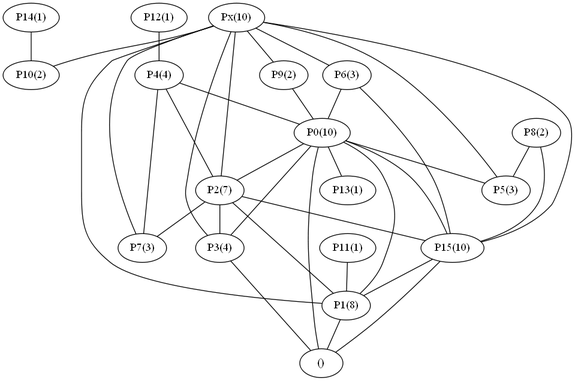
Earlier version of the Graphviz export out.png (afkpost/P2PN_2014). Its source is kept beside it as out.dot.
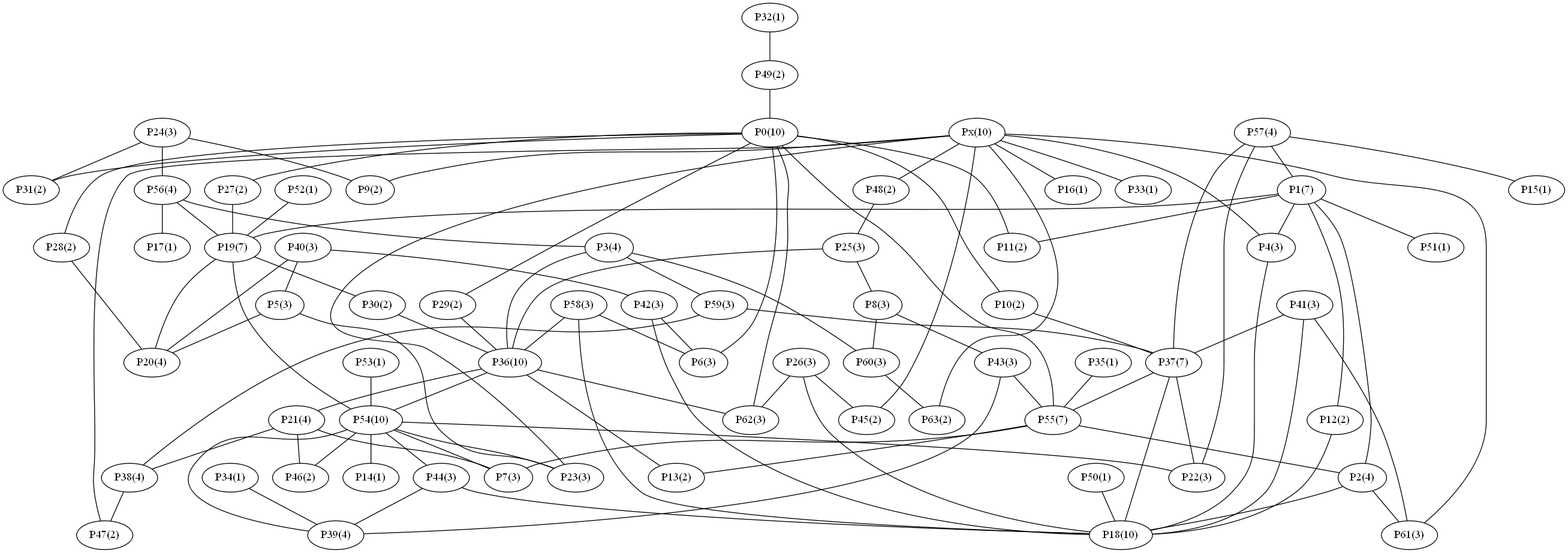
The same file after the commit.

Diff of the diagram source:
```diff
@@ -1,55 +1,310 @@
 graph network {
 	"Px(10)";
+	"P68(1)";
+	"P85(2)";
+	"P35(1)";
+	"P86(1)";
+	"P51(1)";
+	"P11(2)";
+	"P29(2)";
+	"P30(2)";
+	"P83(2)";
+	"P67(2)";
+	"P17(1)";
+	"P103(2)";
+	"P34(1)";
+	"P88(1)";
+	"P20(4)";
+	"P105(1)";
+	"P19(7)";
+	"P89(1)";
+	"P111(4)";
+	"P0(10)";
+	"P69(1)";
+	"P102(2)";
+	"P52(1)";
+	"P87(1)";
+	"P53(1)";
+	"P5(3)";
+	"P31(2)";
+	"P98(3)";
+	"P76(3)";
+	"P110(4)";
+	"P106(1)";
+	"P38(4)";
+	"P21(4)";
+	"P75(4)";
+	"P115(3)";
+	"P59(3)";
+	"P109(7)";
+	"P107(1)";
+	"P22(3)";
+	"P54(10)";
+	"P61(3)";
+	"P113(3)";
+	"P95(3)";
+	"P116(3)";
+	"P97(3)";
+	"P78(3)";
+	"P82(2)";
+	"P74(4)";
+	"P12(2)";
+	"P36(10)";
+	"P23(3)";
+	"P27(2)";
+	"P46(2)";
+	"P48(2)";
+	"P63(2)";
+	"P66(2)";
+	"P24(3)";
+	"P114(3)";
+	"P7(3)";
+	"P94(3)";
+	"P2(4)";
+	"P1(7)";
+	"P91(7)";
+	"P104(1)";
+	"P41(3)";
+	"P44(3)";
+	"P72(10)";
+	"P40(3)";
+	"P45(2)";
+	"P62(3)";
+	"P77(3)";
+	"P99(2)";
+	"P100(2)";
+	"P42(3)";
+	"P6(3)";
+	"P84(2)";
+	"P56(4)";
+	"P60(3)";
+	"P90(10)";
+	"P18(10)";
+	"P58(3)";
+	"P101(2)";
+	"P47(2)";
+	"P49(2)";
+	"P79(3)";
+	"P13(2)";
+	"P81(2)";
+	"P93(4)";
+	"P25(3)";
+	"P73(7)";
+	"P112(3)";
+	"P118(2)";
+	"P4(3)";
+	"P33(1)";
+	"P3(4)";
+	"P70(1)";
+	"P108(10)";
+	"P26(3)";
 	"P10(2)";
-	"P2(7)";
-	"P15(10)";
+	"P28(2)";
+	"P65(2)";
+	"P117(2)";
+	"P57(4)";
+	"P15(1)";
+	"P55(7)";
+	"P92(4)";
+	"P39(4)";
+	"P50(1)";
+	"P37(7)";
+	"P64(2)";
+	"P96(3)";
+	"P8(3)";
+	"P16(1)";
+	"P43(3)";
+	"P80(3)";
 	"P9(2)";
-	"P7(3)";
-	"P3(4)";
-	"P1(8)";
-	"P6(3)";
-	"P5(3)";
-	"P12(1)";
-	"P4(4)";
+	"P71(1)";
 	"P14(1)";
-	"P8(2)";
-	"P0(10)";
-	"P11(1)";
-	"P13(1)";
-	"()";
-	"Px(10)" -- "P10(2)";
-	"Px(10)" -- "P2(7)";
-	"Px(10)" -- "P15(10)";
-	"Px(10)" -- "P9(2)";
-	"Px(10)" -- "P7(3)";
-	"Px(10)" -- "P3(4)";
-	"Px(10)" -- "P1(8)";
-	"Px(10)" -- "P6(3)";
-	"Px(10)" -- "P5(3)";
-	"P12(1)" -- "P4(4)";
-	"P14(1)" -- "P10(2)";
-	"P8(2)" -- "P15(10)";
-	"P8(2)" -- "P5(3)";
-	"P6(3)" -- "P15(10)";
-	"P6(3)" -- "P0(10)";
-	"P4(4)" -- "P0(10)";
-	"P4(4)" -- "P7(3)";
-	"P4(4)" -- "P2(7)";
-	"P9(2)" -- "P0(10)";
-	"P11(1)" -- "P1(8)";
-	"P0(10)" -- "P15(10)";
-	"P0(10)" -- "P13(1)";
+	"P32(1)";
+	"Px(10)" -- "P68(1)";
+	"Px(10)" -- "P85(2)";
+	"Px(10)" -- "P35(1)";
+	"Px(10)" -- "P86(1)";
+	"Px(10)" -- "P51(1)";
+	"Px(10)" -- "P11(2)";
+	"Px(10)" -- "P29(2)";
+	"Px(10)" -- "P30(2)";
+	"Px(10)" -- "P83(2)";
+	"Px(10)" -- "P67(2)";
+	"P17(1)" -- "P103(2)";
+	"P34(1)" -- "P85(2)";
+	"P103(2)" -- "P67(2)";
+	"P88(1)" -- "P20(4)";
+	"P105(1)" -- "P19(7)";
+	"P89(1)" -- "P111(4)";
+	"P0(10)" -- "P69(1)";
+	"P0(10)" -- "P102(2)";
+	"P0(10)" -- "P52(1)";
+	"P0(10)" -- "P87(1)";
+	"P0(10)" -- "P53(1)";
 	"P0(10)" -- "P5(3)";
-	"P0(10)" -- "P2(7)";
-	"P0(10)" -- "P3(4)";
-	"P0(10)" -- "()";
-	"P0(10)" -- "P1(8)";
-	"P2(7)" -- "P7(3)";
-	"P2(7)" -- "P3(4)";
-	"P2(7)" -- "P15(10)";
-	"P2(7)" -- "P1(8)";
-	"P15(10)" -- "P1(8)";
-	"P15(10)" -- "()";
-	"P3(4)" -- "()";
-	"P1(8)" -- "()";
+	"P0(10)" -- "P31(2)";
+	"P0(10)" -- "P98(3)";
+	"P0(10)" -- "P76(3)";
+	"P0(10)" -- "P110(4)";
+	"P106(1)" -- "P38(4)";
+	"P21(4)" -- "P75(4)";
+	"P21(4)" -- "P115(3)";
+	"P21(4)" -- "P59(3)";
+	"P21(4)" -- "P109(7)";
+	"P107(1)" -- "P22(3)";
+	"P54(10)" -- "P61(3)";
+	"P54(10)" -- "P113(3)";
+	"P54(10)" -- "P95(3)";
+	"P54(10)" -- "P116(3)";
+	"P54(10)" -- "P97(3)";
+	"P54(10)" -- "P78(3)";
+	"P54(10)" -- "P82(2)";
+	"P54(10)" -- "P22(3)";
+	"P54(10)" -- "P74(4)";
+	"P54(10)" -- "P12(2)";
+	"P36(10)" -- "P23(3)";
+	"P36(10)" -- "P27(2)";
+	"P36(10)" -- "P46(2)";
+	"P36(10)" -- "P48(2)";
+	"P36(10)" -- "P63(2)";
+	"P36(10)" -- "P66(2)";
+	"P36(10)" -- "P24(3)";
+	"P36(10)" -- "P114(3)";
+	"P36(10)" -- "P7(3)";
+	"P36(10)" -- "P94(3)";
+	"P22(3)" -- "P2(4)";
+	"P1(7)" -- "P91(7)";
+	"P1(7)" -- "P59(3)";
+	"P1(7)" -- "P104(1)";
+	"P1(7)" -- "P41(3)";
+	"P1(7)" -- "P44(3)";
+	"P1(7)" -- "P48(2)";
+	"P1(7)" -- "P27(2)";
+	"P72(10)" -- "P40(3)";
+	"P72(10)" -- "P45(2)";
+	"P72(10)" -- "P115(3)";
+	"P72(10)" -- "P62(3)";
+	"P72(10)" -- "P77(3)";
+	"P72(10)" -- "P99(2)";
+	"P72(10)" -- "P100(2)";
+	"P72(10)" -- "P42(3)";
+	"P72(10)" -- "P6(3)";
+	"P72(10)" -- "P84(2)";
+	"P56(4)" -- "P60(3)";
+	"P56(4)" -- "P90(10)";
+	"P56(4)" -- "P84(2)";
+	"P56(4)" -- "P18(10)";
+	"P90(10)" -- "P41(3)";
+	"P90(10)" -- "P58(3)";
+	"P90(10)" -- "P101(2)";
+	"P90(10)" -- "P47(2)";
+	"P90(10)" -- "P49(2)";
+	"P90(10)" -- "P79(3)";
+	"P90(10)" -- "P13(2)";
+	"P90(10)" -- "P81(2)";
+	"P90(10)" -- "P93(4)";
+	"P23(3)" -- "P25(3)";
+	"P23(3)" -- "P19(7)";
+	"P73(7)" -- "P18(10)";
+	"P73(7)" -- "P112(3)";
+	"P73(7)" -- "P77(3)";
+	"P73(7)" -- "P118(2)";
+	"P73(7)" -- "P4(3)";
+	"P73(7)" -- "P42(3)";
+	"P73(7)" -- "P33(1)";
+	"P2(4)" -- "P3(4)";
+	"P2(4)" -- "P70(1)";
+	"P108(10)" -- "P26(3)";
+	"P108(10)" -- "P10(2)";
+	"P108(10)" -- "P28(2)";
+	"P108(10)" -- "P65(2)";
+	"P108(10)" -- "P54(10)";
+	"P108(10)" -- "P117(2)";
+	"P108(10)" -- "P118(2)";
+	"P108(10)" -- "P111(4)";
+	"P108(10)" -- "P57(4)";
+	"P108(10)" -- "P12(2)";
+	"P57(4)" -- "P74(4)";
+	"P57(4)" -- "P112(3)";
+	"P57(4)" -- "P110(4)";
+	"P38(4)" -- "P61(3)";
+	"P38(4)" -- "P24(3)";
+	"P38(4)" -- "P99(2)";
+	"P91(7)" -- "P78(3)";
+	"P91(7)" -- "P26(3)";
+	"P91(7)" -- "P109(7)";
+	"P91(7)" -- "P13(2)";
+	"P91(7)" -- "P6(3)";
+	"P91(7)" -- "P15(1)";
+	"P74(4)" -- "P18(10)";
+	"P74(4)" -- "P79(3)";
+	"P3(4)" -- "P55(7)";
+	"P3(4)" -- "P31(2)";
+	"P3(4)" -- "P93(4)";
+	"P58(3)" -- "P18(10)";
+	"P58(3)" -- "P55(7)";
+	"P109(7)" -- "P55(7)";
+	"P109(7)" -- "P25(3)";
+	"P109(7)" -- "P44(3)";
+	"P109(7)" -- "P94(3)";
+	"P109(7)" -- "P20(4)";
+	"P92(4)" -- "P113(3)";
+	"P92(4)" -- "P6(3)";
+	"P92(4)" -- "P97(3)";
+	"P39(4)" -- "P76(3)";
+	"P39(4)" -- "P110(4)";
+	"P39(4)" -- "P114(3)";
+	"P39(4)" -- "P50(1)";
+	"P4(3)" -- "P18(10)";
+	"P4(3)" -- "P11(2)";
+	"P59(3)" -- "P76(3)";
+	"P110(4)" -- "P60(3)";
+	"P93(4)" -- "P26(3)";
+	"P93(4)" -- "P18(10)";
+	"P5(3)" -- "P55(7)";
+	"P5(3)" -- "P98(3)";
+	"P24(3)" -- "P77(3)";
+	"P60(3)" -- "P37(7)";
+	"P40(3)" -- "P37(7)";
+	"P40(3)" -- "P19(7)";
+	"P95(3)" -- "P64(2)";
+	"P95(3)" -- "P96(3)";
+	"P111(4)" -- "P81(2)";
+	"P111(4)" -- "P113(3)";
+	"P25(3)" -- "P7(3)";
+	"P41(3)" -- "P55(7)";
+	"P112(3)" -- "P10(2)";
+	"P7(3)" -- "P116(3)";
+	"P75(4)" -- "P115(3)";
+	"P75(4)" -- "P62(3)";
+	"P75(4)" -- "P98(3)";
+	"P8(3)" -- "P29(2)";
+	"P8(3)" -- "P97(3)";
+	"P8(3)" -- "P16(1)";
+	"P43(3)" -- "P28(2)";
+	"P43(3)" -- "P18(10)";
+	"P43(3)" -- "P19(7)";
+	"P61(3)" -- "P80(3)";
+	"P44(3)" -- "P80(3)";
+	"P45(2)" -- "P9(2)";
+	"P18(10)" -- "P64(2)";
+	"P18(10)" -- "P96(3)";
+	"P18(10)" -- "P9(2)";
+	"P96(3)" -- "P37(7)";
+	"P102(2)" -- "P83(2)";
+	"P78(3)" -- "P55(7)";
+	"P19(7)" -- "P18(10)";
+	"P19(7)" -- "P37(7)";
+	"P19(7)" -- "P117(2)";
+	"P55(7)" -- "P114(3)";
+	"P46(2)" -- "P116(3)";
+	"P79(3)" -- "P49(2)";
+	"P30(2)" -- "P80(3)";
+	"P47(2)" -- "P37(7)";
+	"P63(2)" -- "P37(7)";
+	"P71(1)" -- "P20(4)";
+	"P100(2)" -- "P14(1)";
+	"P65(2)" -- "P101(2)";
+	"P32(1)" -- "P94(3)";
+	"P37(7)" -- "P82(2)";
+	"P66(2)" -- "P20(4)";
 }
```
